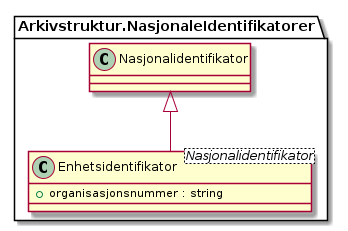
Above: kapitler/media/uml-class-enhetsidentifikator.png in arkivverket/noark5-tjenestegrensesnitt-standard (PlantUML), before the change.
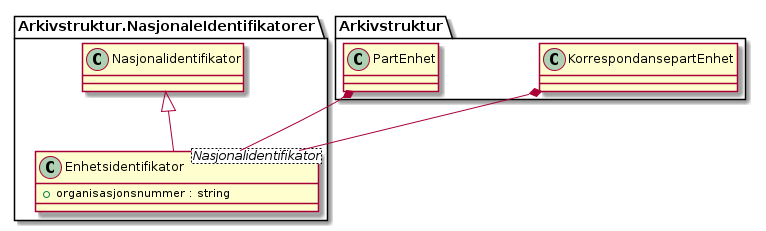
Later version of the same file.

What changed in the source:
```diff
@@ -3,5 +3,7 @@
 class Arkivstruktur.NasjonaleIdentifikatorer.Enhetsidentifikator <Nasjonalidentifikator> {
   +organisasjonsnummer : string
 }
+Arkivstruktur.KorrespondansepartEnhet *-- Arkivstruktur.NasjonaleIdentifikatorer.Enhetsidentifikator
 Arkivstruktur.NasjonaleIdentifikatorer.Nasjonalidentifikator <|-- Arkivstruktur.NasjonaleIdentifikatorer.Enhetsidentifikator
+Arkivstruktur.PartEnhet *-- Arkivstruktur.NasjonaleIdentifikatorer.Enhetsidentifikator
 @enduml
```
